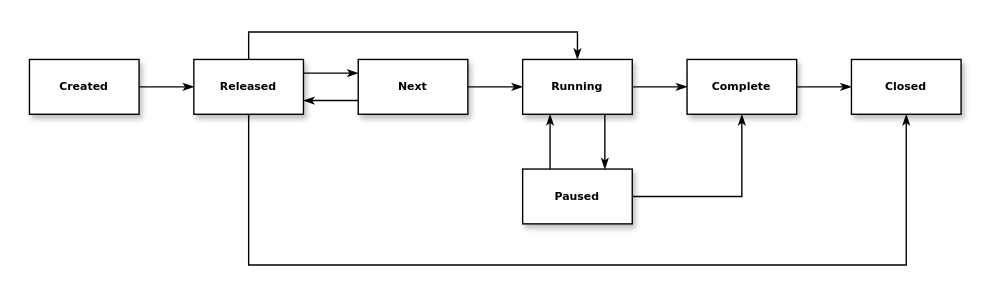
The draw.io diagram docs/libre-order-state-model.drawio in Spruik/Libre, before the edit. Source tidied: cells renumbered, new cells numbered last; positions are measured from the earlier drawing's top-left corner, leaving out a move shared by most shapes. Both pictures are drawn from the tidied source at 137%, with x=0, y=0 at pixel (29, 59).
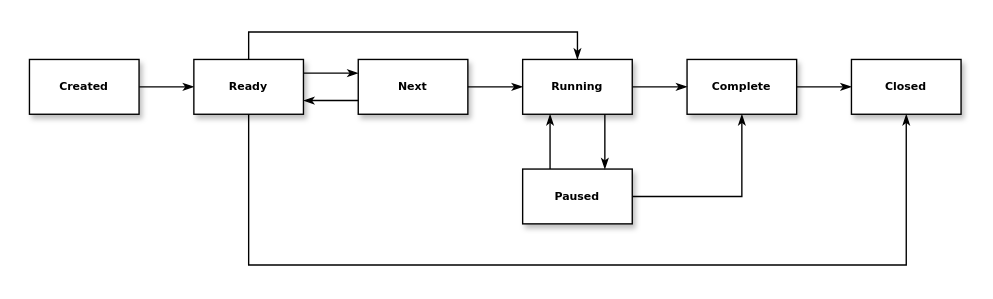
Above is the later version.

Commit message (it also covers changes not shown here):
Changed 'Released' to 'Ready' in order state model

The edit, as a diff of the source:
```diff
@@
-    <mxCell id="4" value="Released" style="whiteSpace=wrap;html=1;rounded=0;shadow=1;labelBackgroundColor=none;strokeWidth=1;fontFamily=Verdana;fontSize=8;align=center;fontStyle=1;" parent="1" vertex="1">
+    <mxCell id="4" value="Ready" style="whiteSpace=wrap;html=1;rounded=0;shadow=1;labelBackgroundColor=none;strokeWidth=1;fontFamily=Verdana;fontSize=8;align=center;fontStyle=1;" parent="1" vertex="1">
       <mxGeometry x="120" y="-0.1" width="80" height="40" as="geometry" />
     </mxCell>
```
